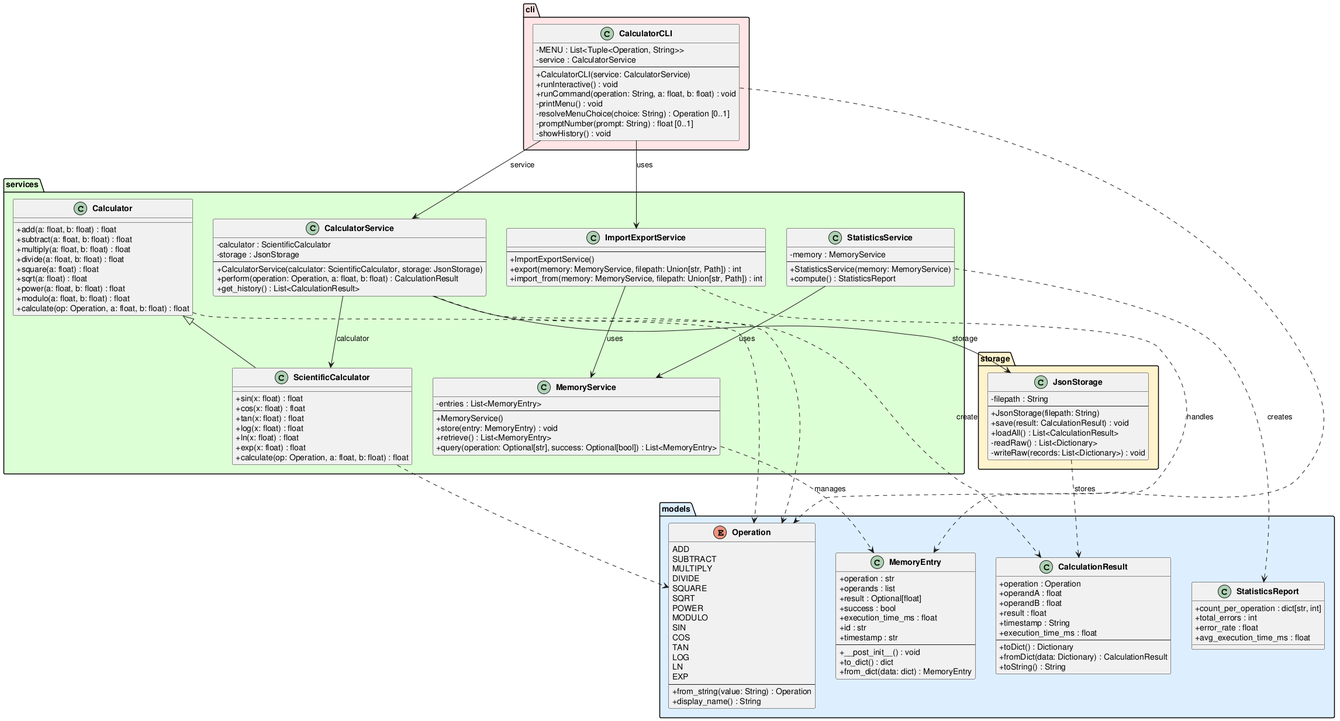
The PlantUML diagram experiments/supervisor_as_tools/test_driven/calculator/artifacts/class_diagram.png in DanielRiha8906/Software_autoevolution_using_agents, before a commit.
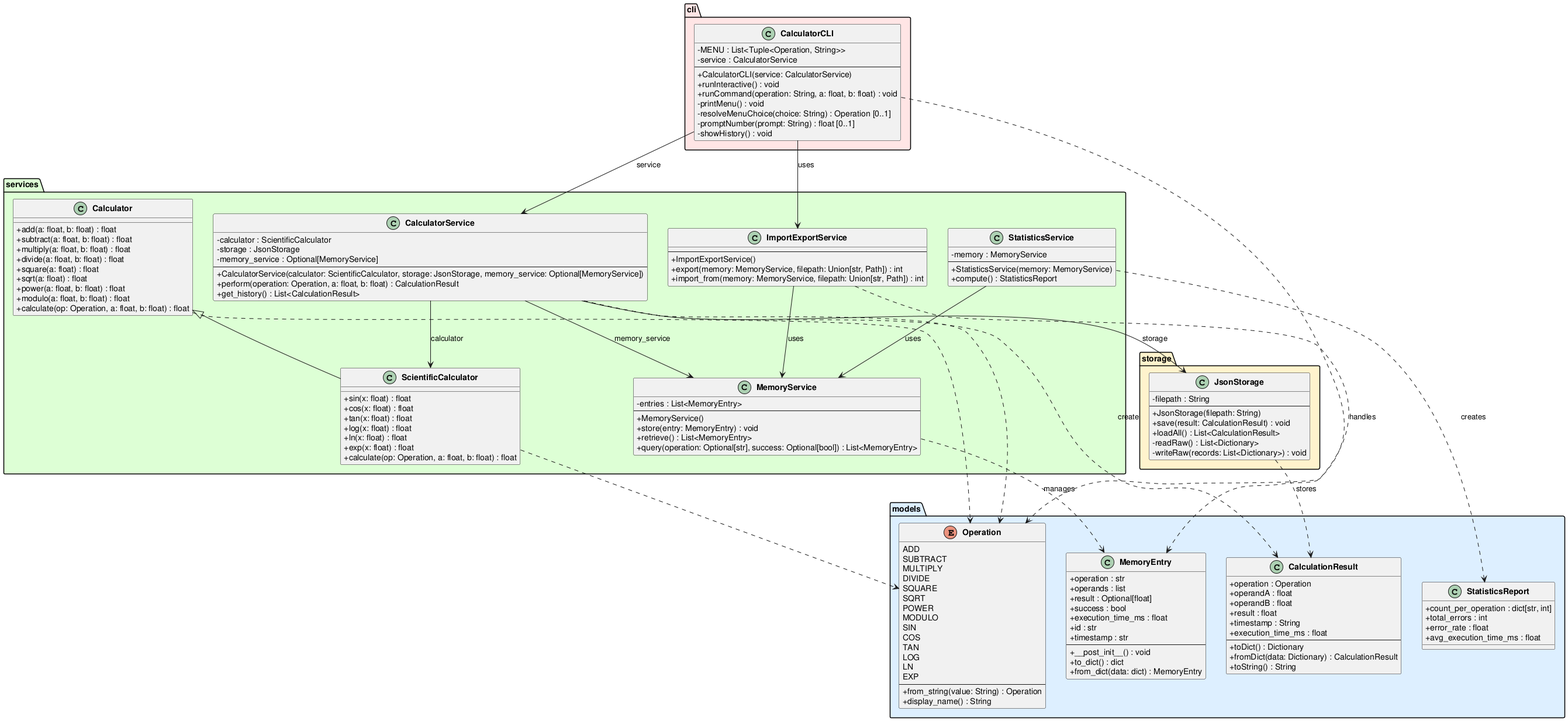
Later version of the same file.

Change to the diagram source:
```diff
@@ -85,8 +85,9 @@
     class CalculatorService {
         -calculator : ScientificCalculator
         -storage : JsonStorage
+        -memory_service : Optional[MemoryService]
         --
-        +CalculatorService(calculator: ScientificCalculator, storage: JsonStorage)
+        +CalculatorService(calculator: ScientificCalculator, storage: JsonStorage, memory_service: Optional[MemoryService])
         +perform(operation: Operation, a: float, b: float) : CalculationResult
         +get_history() : List<CalculationResult>
     }
@@ -146,6 +147,7 @@
 CalculatorCLI --> ImportExportService : uses
 CalculatorService --> ScientificCalculator : calculator
 CalculatorService --> JsonStorage : storage
+CalculatorService --> MemoryService : memory_service
 StatisticsService --> MemoryService : uses
 ImportExportService --> MemoryService : uses
 
```
